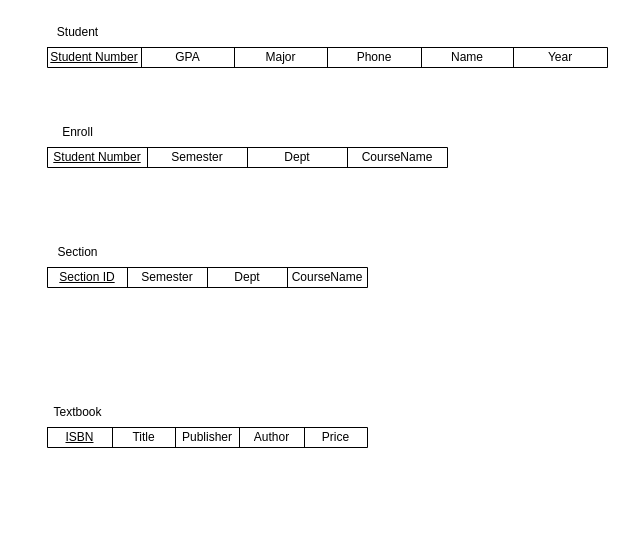
Before: 제목 없는 다이어그램.drawio in Sion99/C-Programming-for-Beginners, a draw.io diagram. Source tidied: cells renumbered, new cells numbered last; positions are measured from the earlier drawing's top-left corner, leaving out a move shared by most shapes. Both pictures are drawn from the tidied source at 100%, with x=0, y=0 at pixel (42, 17).
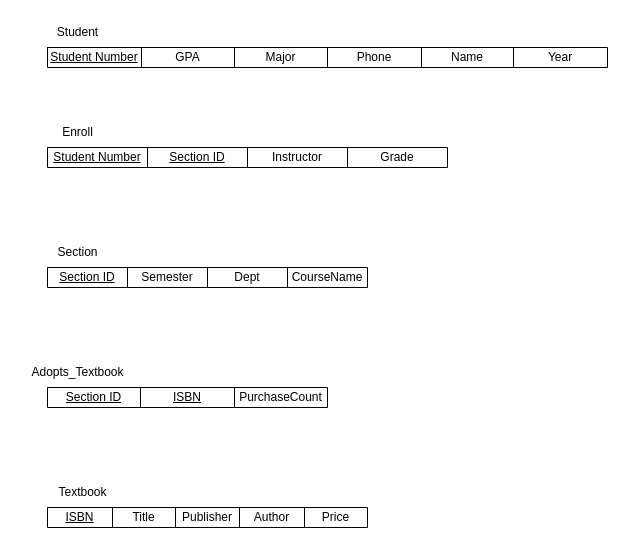
After the change.

Commit message (it also covers changes not shown here):
제목 없는 다이어그램.drawio 업데이트

The change refers to these unchanged cells:
```xml
<mxCell id="27" style="shape=tableRow;horizontal=0;startSize=0;swimlaneHead=0;swimlaneBody=0;top=0;left=0;bottom=0;right=0;fillColor=none;" parent="26" vertex="1">
  <mxGeometry width="400" height="20" as="geometry" />
</mxCell>
```

The edit, as a diff of the source:
```diff
@@
     <mxCell id="18" style="shape=table;html=1;whiteSpace=wrap;startSize=0;childLayout=tableLayout;" parent="1" vertex="1">
-      <mxGeometry x="5" y="410" width="320" height="20" as="geometry" />
+      <mxGeometry x="5" y="490" width="320" height="20" as="geometry" />
     </mxCell>
@@
     <mxCell id="25" value="Textbook" style="text;html=1;align=center;verticalAlign=middle;strokeColor=none;fillColor=none;" parent="1" vertex="1">
-      <mxGeometry y="380" width="70" height="30" as="geometry" />
+      <mxGeometry x="5" y="460" width="70" height="30" as="geometry" />
     </mxCell>
@@
-    <mxCell id="29" value="Semester" style="shape=partialRectangle;html=1;whiteSpace=wrap;fillColor=none;top=0;left=0;bottom=0;right=0;overflow=hidden;" parent="27" vertex="1">
+    <mxCell id="29" value="&lt;u&gt;Section ID&lt;/u&gt;" style="shape=partialRectangle;html=1;whiteSpace=wrap;fillColor=none;top=0;left=0;bottom=0;right=0;overflow=hidden;" parent="27" vertex="1">
       <mxGeometry x="100" width="100" height="20" as="geometry" />
     </mxCell>
-    <mxCell id="30" value="Dept" style="shape=partialRectangle;html=1;whiteSpace=wrap;fillColor=none;top=0;left=0;bottom=0;right=0;overflow=hidden;" parent="27" vertex="1">
+    <mxCell id="30" value="Instructor" style="shape=partialRectangle;html=1;whiteSpace=wrap;fillColor=none;top=0;left=0;bottom=0;right=0;overflow=hidden;" parent="27" vertex="1">
       <mxGeometry x="200" width="100" height="20" as="geometry" />
     </mxCell>
-    <mxCell id="31" value="CourseName" style="shape=partialRectangle;html=1;whiteSpace=wrap;fillColor=none;top=0;left=0;bottom=0;right=0;overflow=hidden;" parent="27" vertex="1">
+    <mxCell id="31" value="Grade" style="shape=partialRectangle;html=1;whiteSpace=wrap;fillColor=none;top=0;left=0;bottom=0;right=0;overflow=hidden;" parent="27" vertex="1">
       <mxGeometry x="300" width="100" height="20" as="geometry" />
     </mxCell>
@@
+    <mxCell id="33" style="shape=table;html=1;whiteSpace=wrap;startSize=0;childLayout=tableLayout;" parent="1" vertex="1">
+      <mxGeometry x="5" y="370" width="280" height="20" as="geometry" />
+    </mxCell>
+    <mxCell id="34" style="shape=tableRow;horizontal=0;startSize=0;swimlaneHead=0;swimlaneBody=0;top=0;left=0;bottom=0;right=0;fillColor=none;" parent="33" vertex="1">
+      <mxGeometry width="280" height="20" as="geometry" />
+    </mxCell>
+    <mxCell id="35" value="&lt;u&gt;Section ID&lt;/u&gt;" style="shape=partialRectangle;html=1;whiteSpace=wrap;fillColor=none;top=0;left=0;bottom=0;right=0;overflow=hidden;" parent="34" vertex="1">
+      <mxGeometry width="93" height="20" as="geometry" />
+    </mxCell>
+    <mxCell id="36" value="&lt;u&gt;ISBN&lt;/u&gt;" style="shape=partialRectangle;html=1;whiteSpace=wrap;fillColor=none;top=0;left=0;bottom=0;right=0;overflow=hidden;" parent="34" vertex="1">
+      <mxGeometry x="93" width="94" height="20" as="geometry" />
+    </mxCell>
+    <mxCell id="37" value="PurchaseCount" style="shape=partialRectangle;html=1;whiteSpace=wrap;fillColor=none;top=0;left=0;bottom=0;right=0;overflow=hidden;" parent="34" vertex="1">
+      <mxGeometry x="187" width="93" height="20" as="geometry" />
+    </mxCell>
+    <mxCell id="38" value="Adopts_Textbook" style="text;html=1;align=center;verticalAlign=middle;strokeColor=none;fillColor=none;" parent="1" vertex="1">
+      <mxGeometry x="-25" y="340" width="120" height="30" as="geometry" />
+    </mxCell>
```
